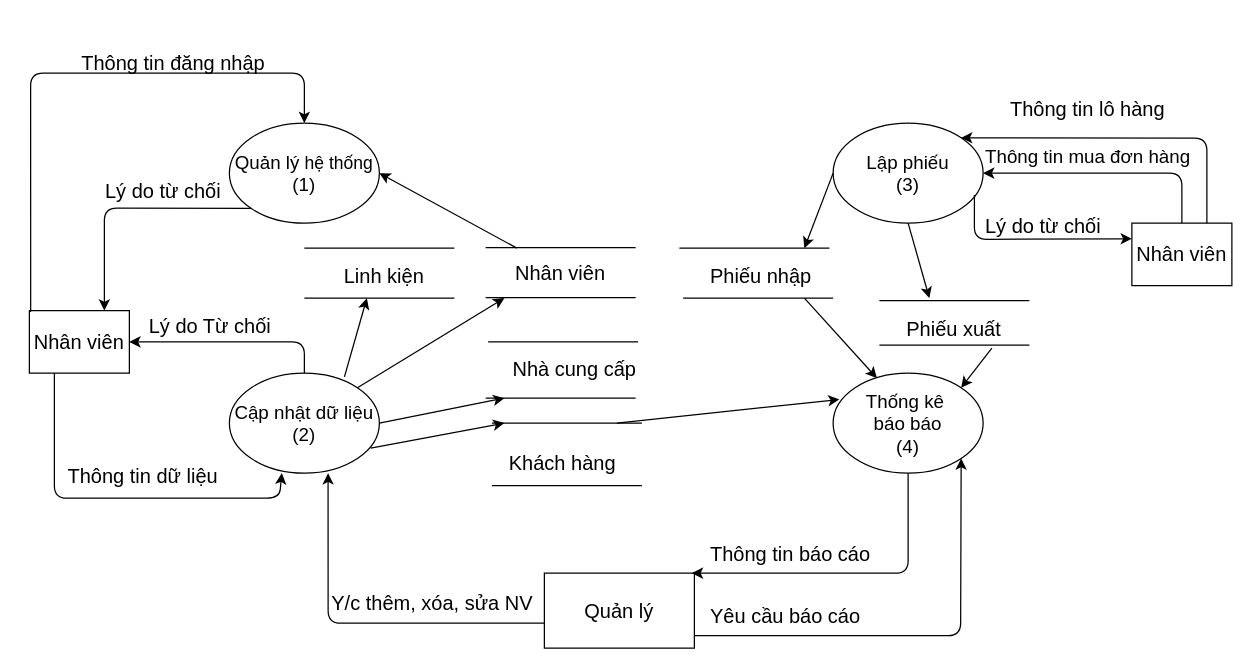
This is DatabaseAnalyst/final/edit/MucDinh.drawio from thienqnpro02/school, a draw.io file, before an edit. Source tidied: cells renumbered, new cells numbered last; positions are measured from the earlier drawing's top-left corner, leaving out a move shared by most shapes. Both pictures are drawn from the tidied source at 125%, with x=0, y=0 at pixel (29, 48).
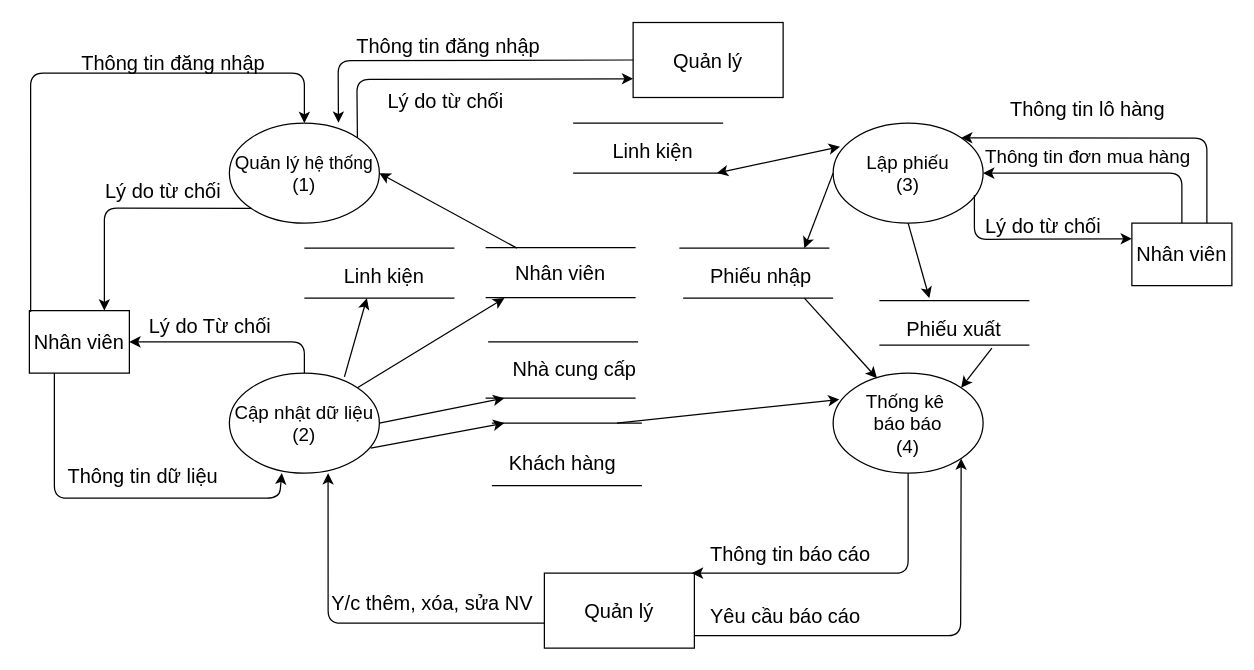
Above is the later version.

The change refers to these unchanged cells:
```xml
<mxCell id="2" value="Quản lý&amp;nbsp;&lt;span style=&quot;font-size: 14px&quot;&gt;hệ thống&lt;/span&gt;&lt;br style=&quot;font-size: 15px&quot;&gt;(1)" style="ellipse;whiteSpace=wrap;html=1;fontSize=15;" parent="1" vertex="1">
  <mxGeometry x="160" y="60" width="120" height="80" as="geometry" />
</mxCell>
<mxCell id="5" value="Lập phiếu&lt;br style=&quot;font-size: 15px;&quot;&gt;(3)" style="ellipse;whiteSpace=wrap;html=1;fontSize=15;" parent="1" vertex="1">
  <mxGeometry x="643" y="60" width="120" height="80" as="geometry" />
</mxCell>
```

Change to the diagram source:
```diff
@@
-    <mxCell id="40" value="Thông tin mua đơn hàng" style="text;html=1;align=left;verticalAlign=top;spacingTop=-4;fontSize=15;" parent="1" vertex="1">
-      <mxGeometry x="763" y="75" width="190" height="20" as="geometry" />
+    <mxCell id="40" value="Thông tin đơn mua hàng" style="text;html=1;align=left;verticalAlign=top;spacingTop=-4;fontSize=15;" parent="1" vertex="1">
+      <mxGeometry x="763" y="75" width="180" height="20" as="geometry" />
     </mxCell>
@@
+    <mxCell id="57" style="endArrow=none;html=1;fontSize=14;" parent="1" edge="1">
+      <mxGeometry relative="1" as="geometry">
+        <mxPoint x="435" y="60" as="sourcePoint" />
+        <mxPoint x="555" y="60" as="targetPoint" />
+      </mxGeometry>
+    </mxCell>
+    <mxCell id="58" style="endArrow=none;html=1;fontSize=14;" parent="1" edge="1">
+      <mxGeometry relative="1" as="geometry">
+        <mxPoint x="435" y="100" as="sourcePoint" />
+        <mxPoint x="555" y="100" as="targetPoint" />
+      </mxGeometry>
+    </mxCell>
+    <mxCell id="59" value="Linh kiện" style="text;html=1;align=left;verticalAlign=top;spacingTop=-4;fontSize=16;" parent="1" vertex="1">
+      <mxGeometry x="465" y="70" width="70" height="20" as="geometry" />
+    </mxCell>
+    <mxCell id="60" value="Quản lý" style="rounded=0;whiteSpace=wrap;html=1;fontSize=16;" parent="1" vertex="1">
+      <mxGeometry x="483" y="-20.5" width="120" height="60" as="geometry" />
+    </mxCell>
+    <mxCell id="61" style="endArrow=classic;html=1;entryX=0.727;entryY=-0.004;entryDx=0;entryDy=0;entryPerimeter=0;exitX=0;exitY=0.5;exitDx=0;exitDy=0;" parent="1" edge="1" source="60" target="2">
+      <mxGeometry relative="1" as="geometry">
+        <Array as="points">
+          <mxPoint x="247" y="10" />
+        </Array>
+      </mxGeometry>
+    </mxCell>
+    <mxCell id="62" value="Thông tin đăng nhập" style="text;html=1;align=left;verticalAlign=top;spacingTop=-4;fontSize=16;" parent="1" vertex="1">
+      <mxGeometry x="260" y="-14.5" width="140" height="20" as="geometry" />
+    </mxCell>
+    <mxCell id="63" style="endArrow=classic;html=1;exitX=1;exitY=0;exitDx=0;exitDy=0;entryX=0;entryY=0.75;entryDx=0;entryDy=0;" parent="1" edge="1" source="2" target="60">
+      <mxGeometry relative="1" as="geometry">
+        <Array as="points">
+          <mxPoint x="262" y="25" />
+        </Array>
+      </mxGeometry>
+    </mxCell>
+    <mxCell id="64" value="Lý do từ chối" style="text;html=1;align=left;verticalAlign=top;spacingTop=-4;fontSize=16;" parent="1" vertex="1">
+      <mxGeometry x="285" y="29.5" width="100" height="20" as="geometry" />
+    </mxCell>
+    <mxCell id="65" style="endArrow=classic;startArrow=classic;html=1;entryX=0.046;entryY=0.235;entryDx=0;entryDy=0;entryPerimeter=0;" parent="1" edge="1" target="5">
+      <mxGeometry relative="1" as="geometry">
+        <mxPoint x="550" y="100" as="sourcePoint" />
+      </mxGeometry>
+    </mxCell>
```
